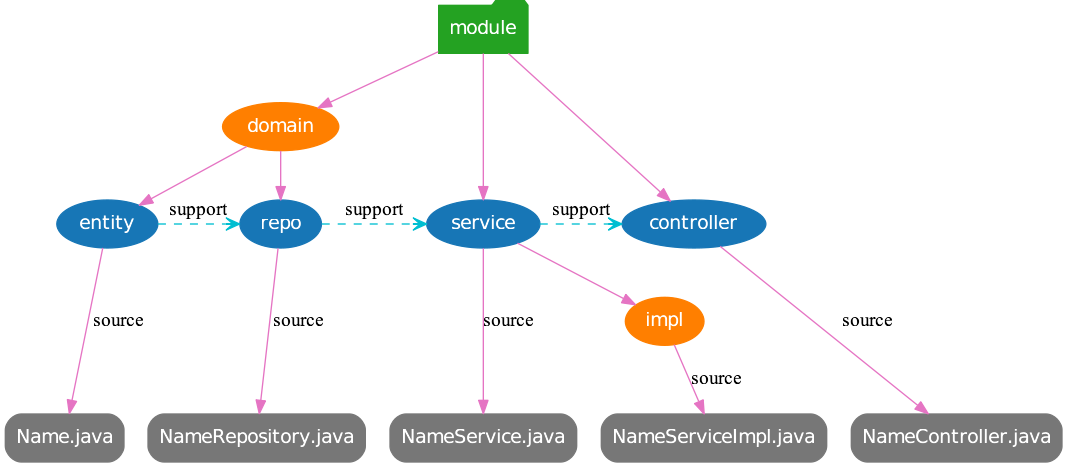
The Graphviz diagram static/image/2019/07/spring-mvc-module.png in Jeanhwea/jeanhwea.github.io, before a commit. Its source is kept beside it as static/image/2019/07/spring-mvc-module.dot.
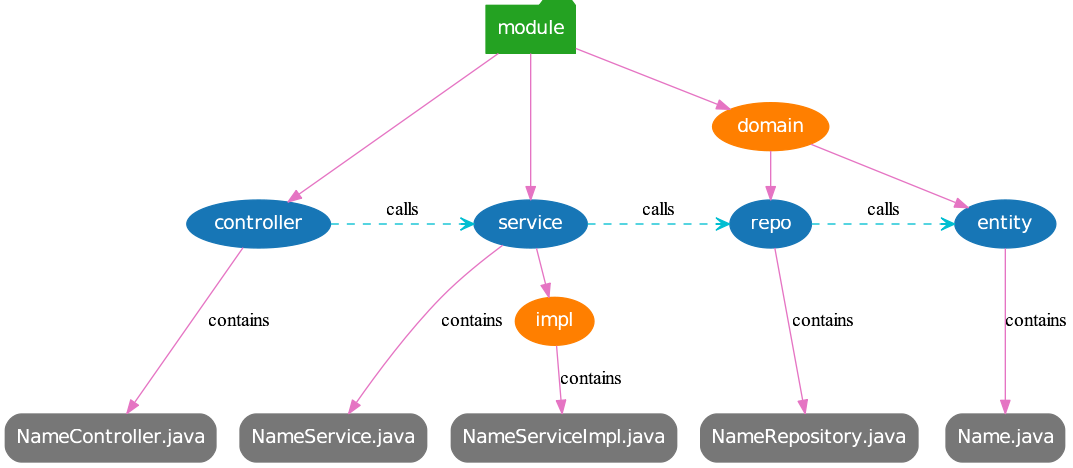
The same file after the commit.

The edit, as a diff of the source:
```diff
@@ -29,7 +29,7 @@
     NameController[label="NameController.java"];
   }
 
-  edge[shape=dot, style=solid, label="source"];
+  edge[shape=dot, style=solid, label="contains"];
   {
     entity -> Name;
     repository -> NameRepository;
@@ -38,9 +38,9 @@
     controller -> NameController;
   }
 
-  edge[style=dashed, arrowhead="vee", color="#00bed1", label="support"];
+  edge[style=dashed, arrowhead="vee", color="#00bed1", label="calls", minlen=3];
   {
     rank="same";
-    entity -> repository -> service -> controller;
+    controller -> service -> repository -> entity;
   }
 }
```
